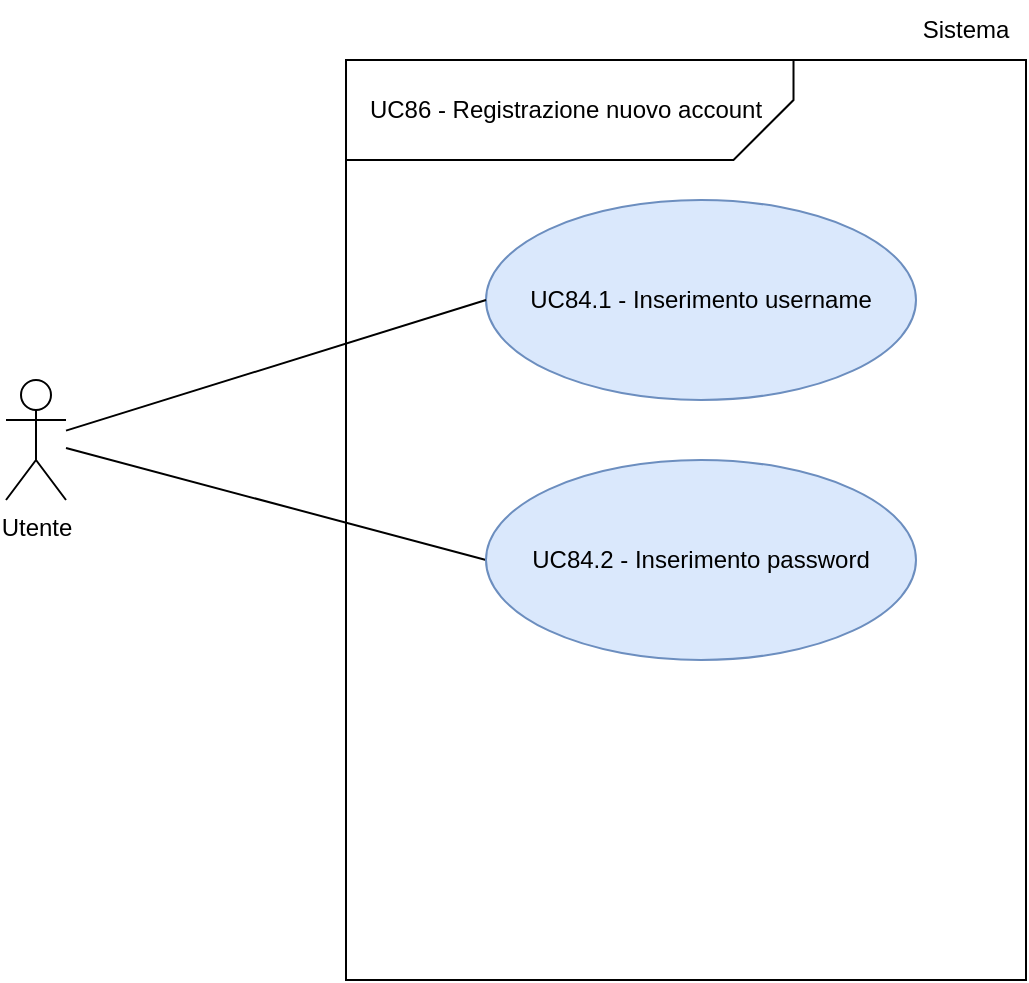
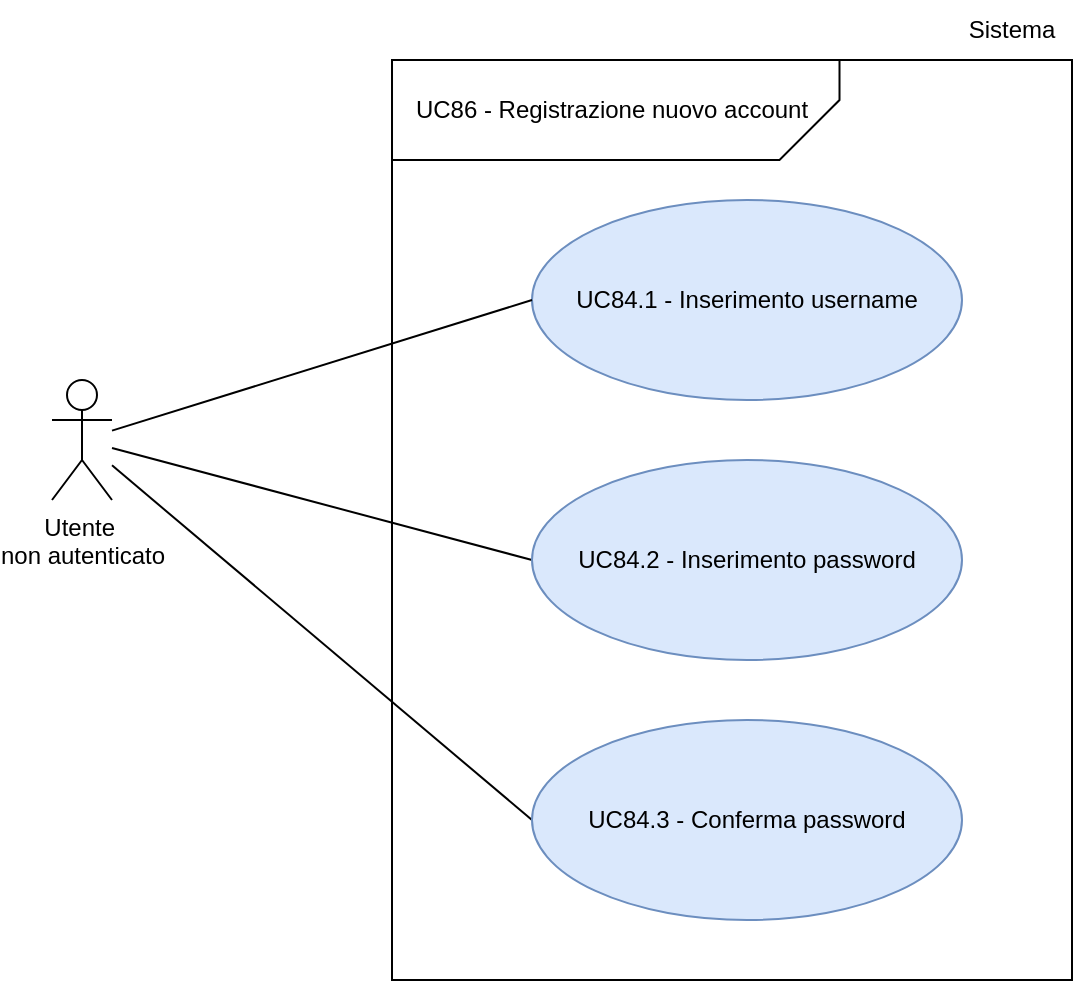
<mxfile host="Electron" agent="Mozilla/5.0 (Macintosh; Intel Mac OS X 10_15_7) AppleWebKit/537.36 (KHTML, like Gecko) draw.io/29.6.6 Chrome/144.0.7559.236 Electron/40.8.4 Safari/537.36" version="29.6.6">
  <diagram name="Page-1" id="4xtho81ADt9NAkVEL4nd">
    <mxGraphModel dx="976" dy="656" grid="1" gridSize="10" guides="1" tooltips="1" connect="1" arrows="1" fold="1" page="1" pageScale="1" pageWidth="850" pageHeight="1100" math="0" shadow="0">
      <root>
        <mxCell id="0" />
        <mxCell id="1" parent="0" />
        <mxCell id="StCBPmpuHo7DJ7ayqhCM-1" parent="1" style="rounded=0;whiteSpace=wrap;html=1;" value="" vertex="1">
          <mxGeometry height="460" width="340" x="310" y="180" as="geometry" />
        </mxCell>
        <mxCell id="StCBPmpuHo7DJ7ayqhCM-2" parent="1" style="ellipse;whiteSpace=wrap;html=1;fillColor=#dae8fc;strokeColor=#6c8ebf;" value="UC84.1 - Inserimento username" vertex="1">
          <mxGeometry height="100" width="215" x="380" y="250" as="geometry" />
        </mxCell>
        <mxCell id="StCBPmpuHo7DJ7ayqhCM-4" edge="1" parent="1" source="StCBPmpuHo7DJ7ayqhCM-3" style="rounded=0;orthogonalLoop=1;jettySize=auto;html=1;endArrow=none;endFill=0;entryX=0;entryY=0.5;entryDx=0;entryDy=0;" target="StCBPmpuHo7DJ7ayqhCM-2">
          <mxGeometry relative="1" as="geometry" />
        </mxCell>
        <mxCell id="jaEmoDdwr42s-Wh7kGPf-13" edge="1" parent="1" source="StCBPmpuHo7DJ7ayqhCM-3" style="rounded=0;orthogonalLoop=1;jettySize=auto;html=1;entryX=0;entryY=0.5;entryDx=0;entryDy=0;endArrow=none;endFill=0;" target="jaEmoDdwr42s-Wh7kGPf-11">
          <mxGeometry relative="1" as="geometry" />
        </mxCell>
        <mxCell id="ssOFu9crJtmsMcYIbcvY-2" edge="1" parent="1" source="StCBPmpuHo7DJ7ayqhCM-3" style="rounded=0;orthogonalLoop=1;jettySize=auto;html=1;entryX=0;entryY=0.5;entryDx=0;entryDy=0;endArrow=none;endFill=0;" target="ssOFu9crJtmsMcYIbcvY-1">
          <mxGeometry relative="1" as="geometry" />
        </mxCell>
-         <mxCell id="StCBPmpuHo7DJ7ayqhCM-3" parent="1" style="shape=umlActor;verticalLabelPosition=bottom;verticalAlign=top;html=1;outlineConnect=0;" value="Utente" vertex="1">
+         <mxCell id="StCBPmpuHo7DJ7ayqhCM-3" parent="1" style="shape=umlActor;verticalLabelPosition=bottom;verticalAlign=top;html=1;outlineConnect=0;" value="Utente&amp;nbsp;&lt;div&gt;non autenticato&lt;/div&gt;" vertex="1">
          <mxGeometry height="60" width="30" x="140" y="340" as="geometry" />
        </mxCell>
        <mxCell id="StCBPmpuHo7DJ7ayqhCM-5" parent="1" style="text;html=1;whiteSpace=wrap;strokeColor=none;fillColor=none;align=center;verticalAlign=middle;rounded=0;" value="Sistema" vertex="1">
          <mxGeometry height="30" width="60" x="590" y="150" as="geometry" />
        </mxCell>
        <mxCell id="jaEmoDdwr42s-Wh7kGPf-9" parent="1" style="shape=card;whiteSpace=wrap;html=1;rotation=-90;flipH=0;legacyAnchorPoints=0;flipV=1;" value="" vertex="1">
          <mxGeometry height="223.75" width="50" x="396.88" y="93.13" as="geometry" />
        </mxCell>
        <mxCell id="jaEmoDdwr42s-Wh7kGPf-10" parent="1" style="text;html=1;whiteSpace=wrap;strokeColor=none;fillColor=none;align=center;verticalAlign=middle;rounded=0;fontSize=12;" value="UC86 - Registrazione nuovo account" vertex="1">
          <mxGeometry height="30" width="200" x="320" y="190" as="geometry" />
        </mxCell>
        <mxCell id="jaEmoDdwr42s-Wh7kGPf-11" parent="1" style="ellipse;whiteSpace=wrap;html=1;fillColor=#dae8fc;strokeColor=#6c8ebf;" value="UC84.2 - Inserimento password" vertex="1">
          <mxGeometry height="100" width="215" x="380" y="380" as="geometry" />
        </mxCell>
- <<<<<<< HEAD
-         <mxCell id="ssOFu9crJtmsMcYIbcvY-1" parent="1" style="ellipse;whiteSpace=wrap;html=1;fillColor=#dae8fc;strokeColor=#6c8ebf;" value="UC86.1 - Conferma password" vertex="1">
- =======
        <mxCell id="ssOFu9crJtmsMcYIbcvY-1" parent="1" style="ellipse;whiteSpace=wrap;html=1;fillColor=#dae8fc;strokeColor=#6c8ebf;" value="UC84.3 - Conferma password" vertex="1">
- >>>>>>> main
          <mxGeometry height="100" width="215" x="380" y="510" as="geometry" />
        </mxCell>
      </root>
    </mxGraphModel>
  </diagram>
</mxfile>
